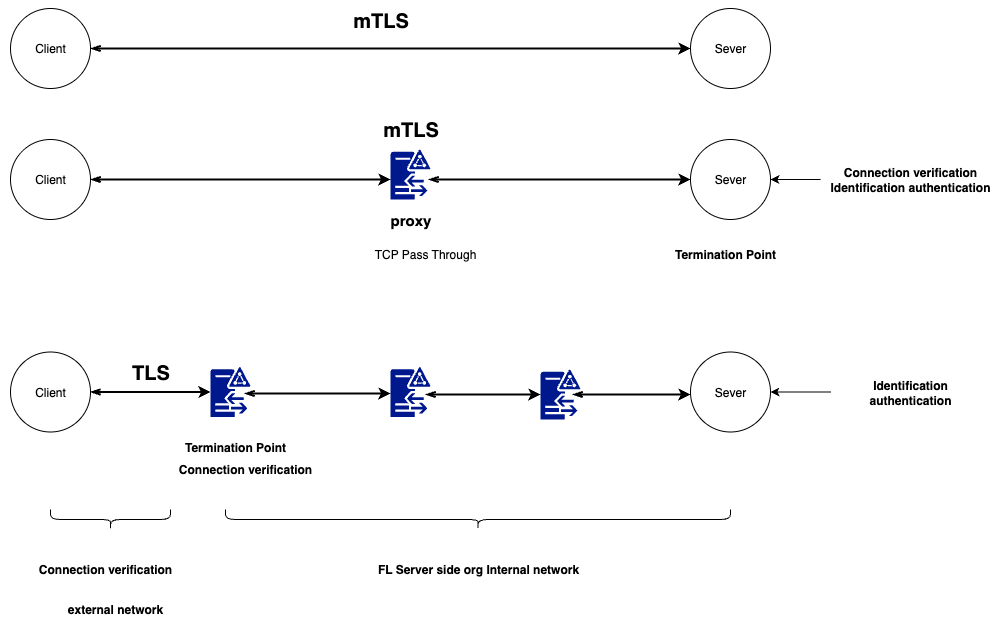
This is docs/resources/flare_byocc.png from NVIDIA/NVFlare, a draw.io export, as it was before one commit. Source tidied: cells renumbered, new cells last; positions are measured from the earlier drawing's top-left corner, leaving out a move shared by most shapes.
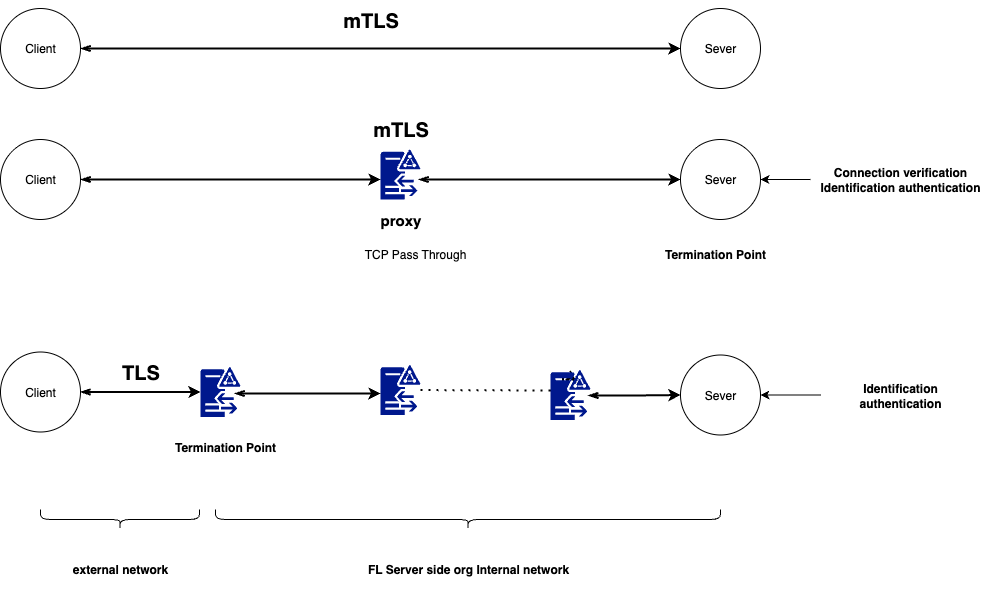
Above is the later version.

What changed in the source:
```diff
@@ -27,14 +27,8 @@
       <mxGeometry x="210" y="366.5" width="40" height="50" as="geometry" />
     </mxCell>
     <mxCell id="10" value="Sever" style="ellipse;whiteSpace=wrap;html=1;" parent="1" vertex="1">
-      <mxGeometry x="690" y="351.5" width="80" height="80" as="geometry" />
+      <mxGeometry x="690" y="354.5" width="80" height="80" as="geometry" />
     </mxCell>
-    <mxCell id="11" style="sketch=0;shadow=0;dashed=0;html=1;strokeColor=none;labelPosition=center;verticalLabelPosition=bottom;verticalAlign=top;align=center;fillColor=#00188D;shape=mxgraph.mscae.enterprise.d;" parent="1" vertex="1">
-      <mxGeometry x="390" y="366.5" width="40" height="50" as="geometry" />
-    </mxCell>
-    <mxCell id="12" style="sketch=0;shadow=0;dashed=0;html=1;strokeColor=none;labelPosition=center;verticalLabelPosition=bottom;verticalAlign=top;align=center;fillColor=#00188D;shape=mxgraph.mscae.enterprise.d;" parent="1" vertex="1">
-      <mxGeometry x="540" y="369" width="40" height="50" as="geometry" />
-    </mxCell>
     <mxCell id="13" value="mTLS" style="text;strokeColor=none;fillColor=none;html=1;fontSize=20;fontStyle=1;verticalAlign=middle;align=center;" parent="1" vertex="1">
       <mxGeometry x="330" width="100" height="40" as="geometry" />
     </mxCell>
@@ -64,13 +58,8 @@
         <mxPoint x="390" y="393" as="targetPoint" />
       </mxGeometry>
     </mxCell>
-    <mxCell id="21" style="edgeStyle=orthogonalEdgeStyle;rounded=0;jettySize=auto;html=1;startArrow=openThin;startFill=0;strokeWidth=2;exitX=0.875;exitY=0.55;exitDx=0;exitDy=0;exitPerimeter=0;entryX=0;entryY=0.5;entryDx=0;entryDy=0;entryPerimeter=0;" parent="1" edge="1" source="11" target="12">
-      <mxGeometry relative="1" as="geometry" />
-    </mxCell>
-    <mxCell id="22" style="edgeStyle=orthogonalEdgeStyle;rounded=0;jettySize=auto;html=1;startArrow=openThin;startFill=0;strokeWidth=2;exitX=0.8;exitY=0.5;exitDx=0;exitDy=0;exitPerimeter=0;" parent="1" edge="1" source="12">
-      <mxGeometry relative="1" as="geometry">
-        <mxPoint x="690" y="394" as="targetPoint" />
-      </mxGeometry>
+    <mxCell id="22" style="edgeStyle=orthogonalEdgeStyle;rounded=0;jettySize=auto;html=1;startArrow=openThin;startFill=0;strokeWidth=2;exitX=0.946;exitY=0.51;exitDx=0;exitDy=0;exitPerimeter=0;entryX=0;entryY=0.5;entryDx=0;entryDy=0;" parent="1" edge="1" source="40" target="10">
+      <mxGeometry relative="1" as="geometry" />
     </mxCell>
     <mxCell id="23" value="TLS" style="text;strokeColor=none;fillColor=none;html=1;fontSize=20;fontStyle=1;verticalAlign=middle;align=center;" parent="1" vertex="1">
       <mxGeometry x="100" y="351.5" width="100" height="40" as="geometry" />
@@ -87,29 +76,44 @@
     <mxCell id="27" value="&lt;b&gt;Connection verification&lt;/b&gt;&lt;div&gt;&lt;b&gt;Identification authentication&lt;/b&gt;&lt;/div&gt;" style="text;html=1;align=center;verticalAlign=middle;whiteSpace=wrap;rounded=0;" parent="1" vertex="1">
       <mxGeometry x="820" y="149" width="180" height="60" as="geometry" />
     </mxCell>
-    <mxCell id="28" value="&lt;b&gt;Connection verification&lt;/b&gt;" style="text;html=1;align=center;verticalAlign=middle;whiteSpace=wrap;rounded=0;" parent="1" vertex="1">
-      <mxGeometry x="140" y="439" width="210" height="60" as="geometry" />
-    </mxCell>
     <mxCell id="29" style="edgeStyle=orthogonalEdgeStyle;rounded=0;jettySize=auto;html=1;entryX=1;entryY=0.5;entryDx=0;entryDy=0;" parent="1" edge="1" source="30" target="10">
       <mxGeometry relative="1" as="geometry" />
     </mxCell>
     <mxCell id="30" value="&lt;b&gt;Identification authentication&lt;/b&gt;" style="text;html=1;align=center;verticalAlign=middle;whiteSpace=wrap;rounded=0;" parent="1" vertex="1">
-      <mxGeometry x="830" y="361.5" width="160" height="60" as="geometry" />
+      <mxGeometry x="830" y="364.5" width="160" height="60" as="geometry" />
     </mxCell>
     <mxCell id="31" style="shape=curlyBracket;whiteSpace=wrap;html=1;rounded=1;flipH=1;labelPosition=right;verticalLabelPosition=middle;align=left;verticalAlign=middle;rotation=90;" parent="1" vertex="1">
       <mxGeometry x="467.5" y="266.5" width="20" height="505" as="geometry" />
     </mxCell>
     <mxCell id="32" style="shape=curlyBracket;whiteSpace=wrap;html=1;rounded=1;flipH=1;labelPosition=right;verticalLabelPosition=middle;align=left;verticalAlign=middle;rotation=90;" parent="1" vertex="1">
-      <mxGeometry x="100" y="459" width="20" height="120" as="geometry" />
+      <mxGeometry x="119.5" y="439.5" width="20" height="159" as="geometry" />
     </mxCell>
     <mxCell id="33" value="&lt;b&gt;FL Server side org Internal network&lt;/b&gt;" style="text;html=1;align=center;verticalAlign=middle;whiteSpace=wrap;rounded=0;" parent="1" vertex="1">
       <mxGeometry x="372.5" y="539" width="210" height="60" as="geometry" />
     </mxCell>
-    <mxCell id="34" value="&lt;b&gt;Connection verification&lt;/b&gt;" style="text;html=1;align=center;verticalAlign=middle;whiteSpace=wrap;rounded=0;" parent="1" vertex="1">
-      <mxGeometry y="539" width="210" height="60" as="geometry" />
-    </mxCell>
     <mxCell id="35" value="&lt;b&gt;external network&lt;/b&gt;" style="text;html=1;align=center;verticalAlign=middle;whiteSpace=wrap;rounded=0;" parent="1" vertex="1">
-      <mxGeometry x="10" y="579" width="210" height="60" as="geometry" />
+      <mxGeometry x="24.5" y="539" width="210" height="60" as="geometry" />
     </mxCell>
+    <mxCell id="36" style="endArrow=none;dashed=1;html=1;dashPattern=1 3;strokeWidth=2;rounded=0;fontSize=17;" parent="1" edge="1" source="38">
+      <mxGeometry relative="1" as="geometry">
+        <mxPoint x="560" y="390" as="targetPoint" />
+      </mxGeometry>
+    </mxCell>
+    <mxCell id="37" style="endArrow=none;dashed=1;html=1;dashPattern=1 3;strokeWidth=2;rounded=0;fontSize=17;" parent="1" edge="1" target="38">
+      <mxGeometry relative="1" as="geometry">
+        <mxPoint x="400" y="390" as="sourcePoint" />
+      </mxGeometry>
+    </mxCell>
+    <mxCell id="38" style="sketch=0;shadow=0;dashed=0;html=1;strokeColor=none;labelPosition=center;verticalLabelPosition=bottom;verticalAlign=top;align=center;fillColor=#00188D;shape=mxgraph.mscae.enterprise.d;" parent="1" vertex="1">
+      <mxGeometry x="390" y="364.5" width="40" height="50" as="geometry" />
+    </mxCell>
+    <mxCell id="39" style="edgeStyle=orthogonalEdgeStyle;rounded=0;jettySize=auto;html=1;startArrow=openThin;startFill=0;strokeWidth=2;exitX=0.8;exitY=0.5;exitDx=0;exitDy=0;exitPerimeter=0;" parent="1" edge="1" target="40">
+      <mxGeometry relative="1" as="geometry">
+        <mxPoint x="572" y="394" as="sourcePoint" />
+      </mxGeometry>
+    </mxCell>
+    <mxCell id="40" style="sketch=0;shadow=0;dashed=0;html=1;strokeColor=none;labelPosition=center;verticalLabelPosition=bottom;verticalAlign=top;align=center;fillColor=#00188D;shape=mxgraph.mscae.enterprise.d;" parent="1" vertex="1">
+      <mxGeometry x="560" y="369.5" width="40" height="50" as="geometry" />
+    </mxCell>
   </root>
 </mxGraphModel>
```
